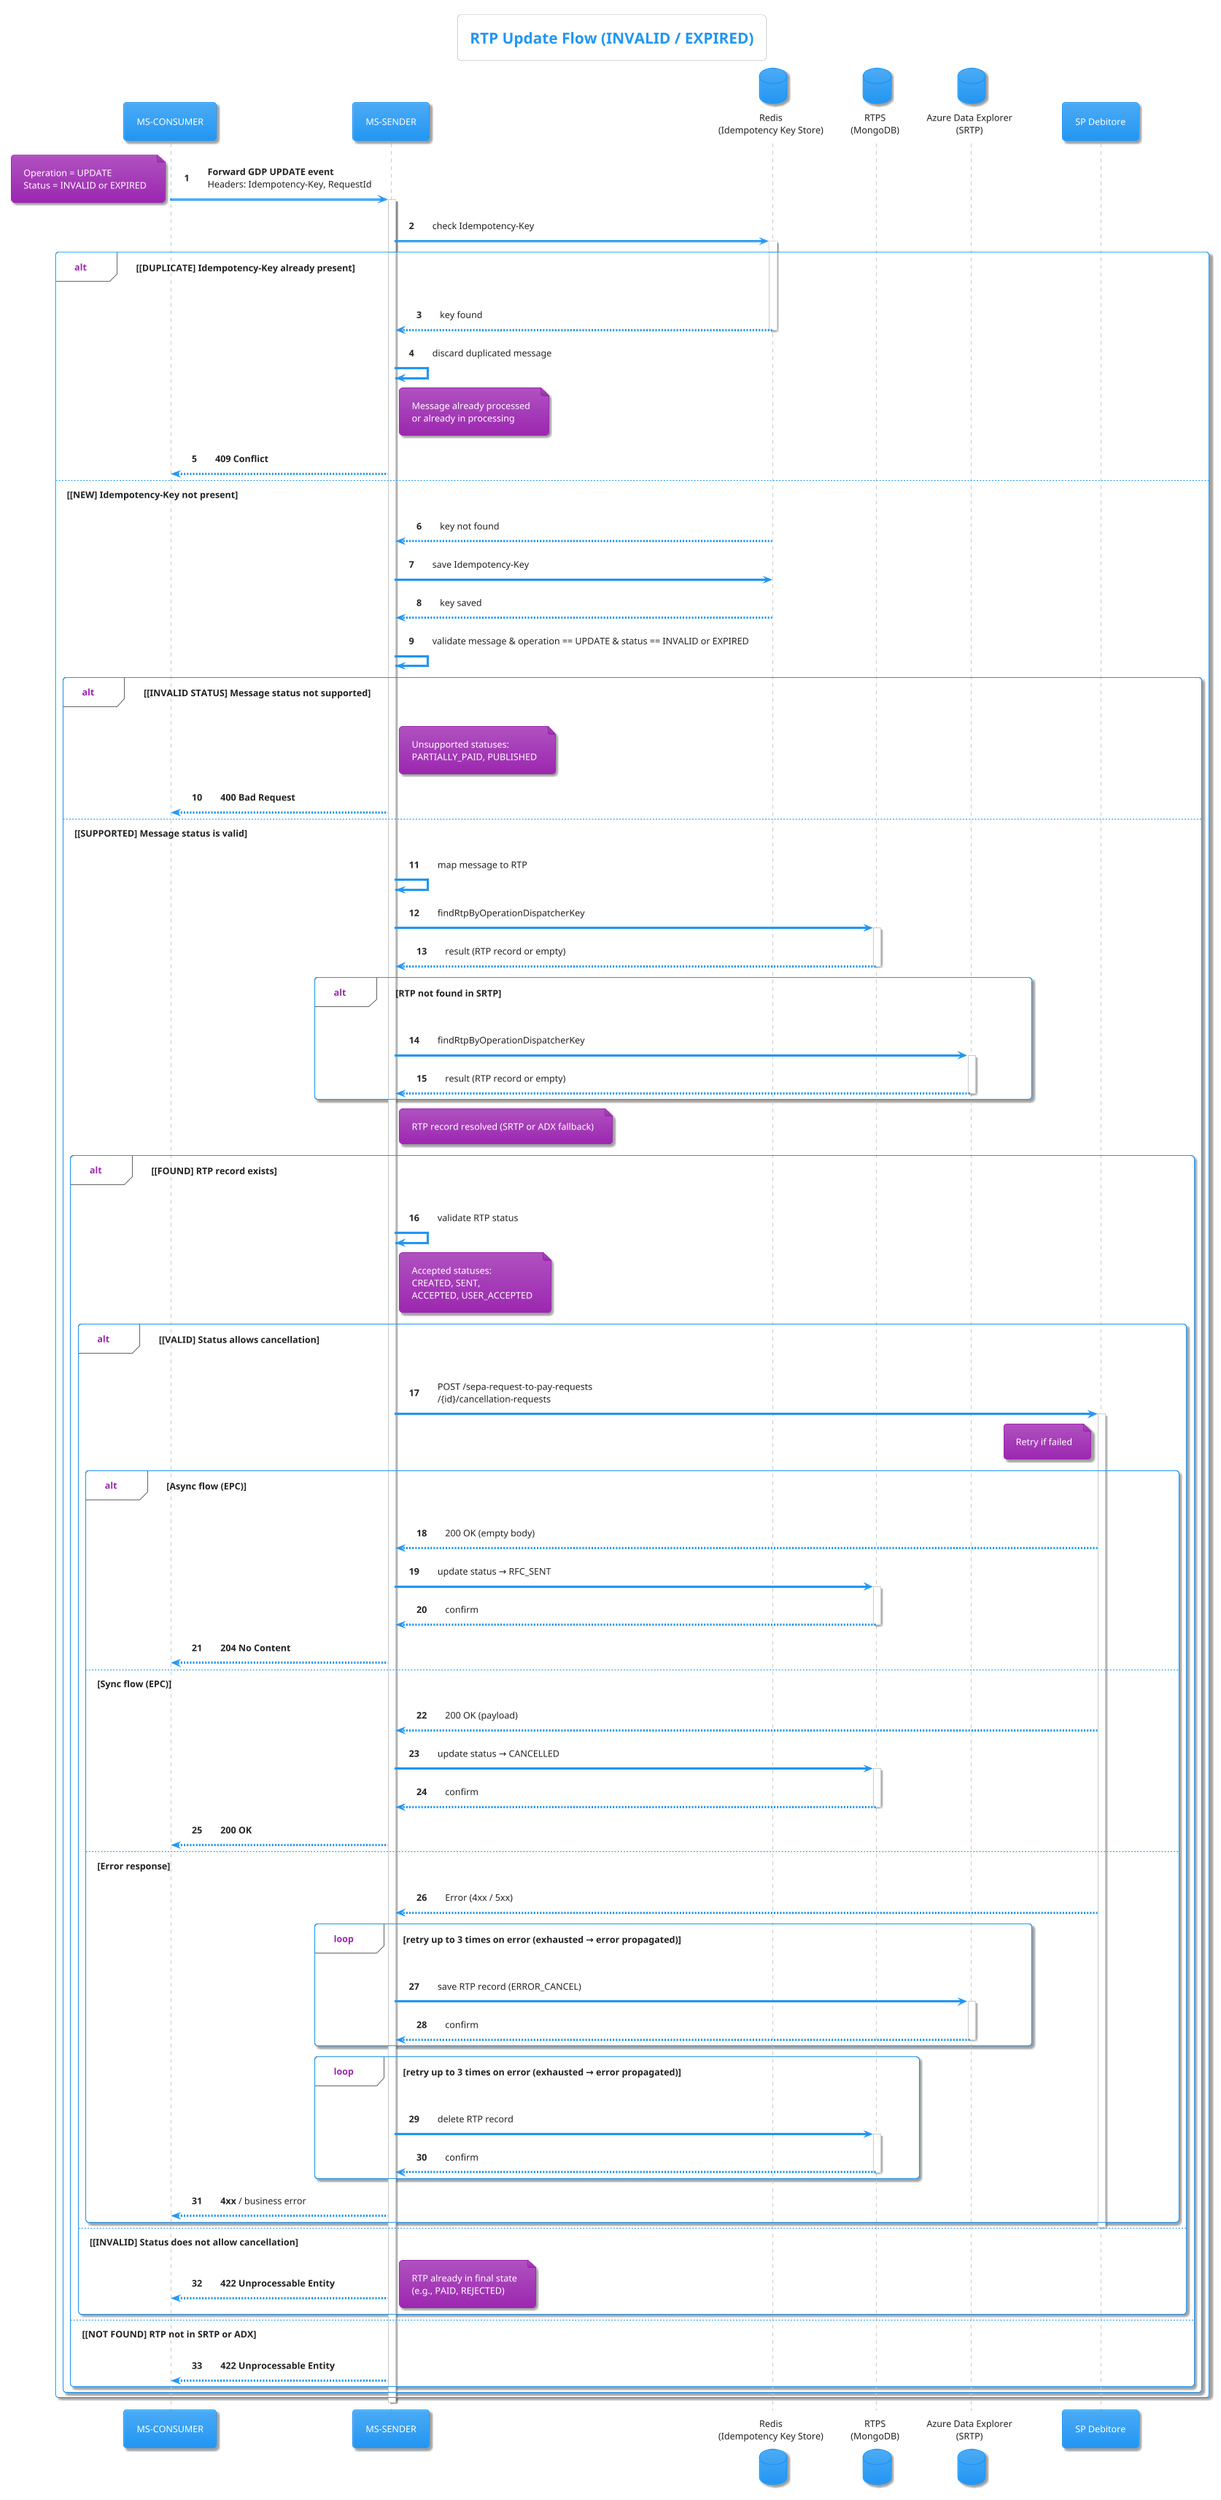
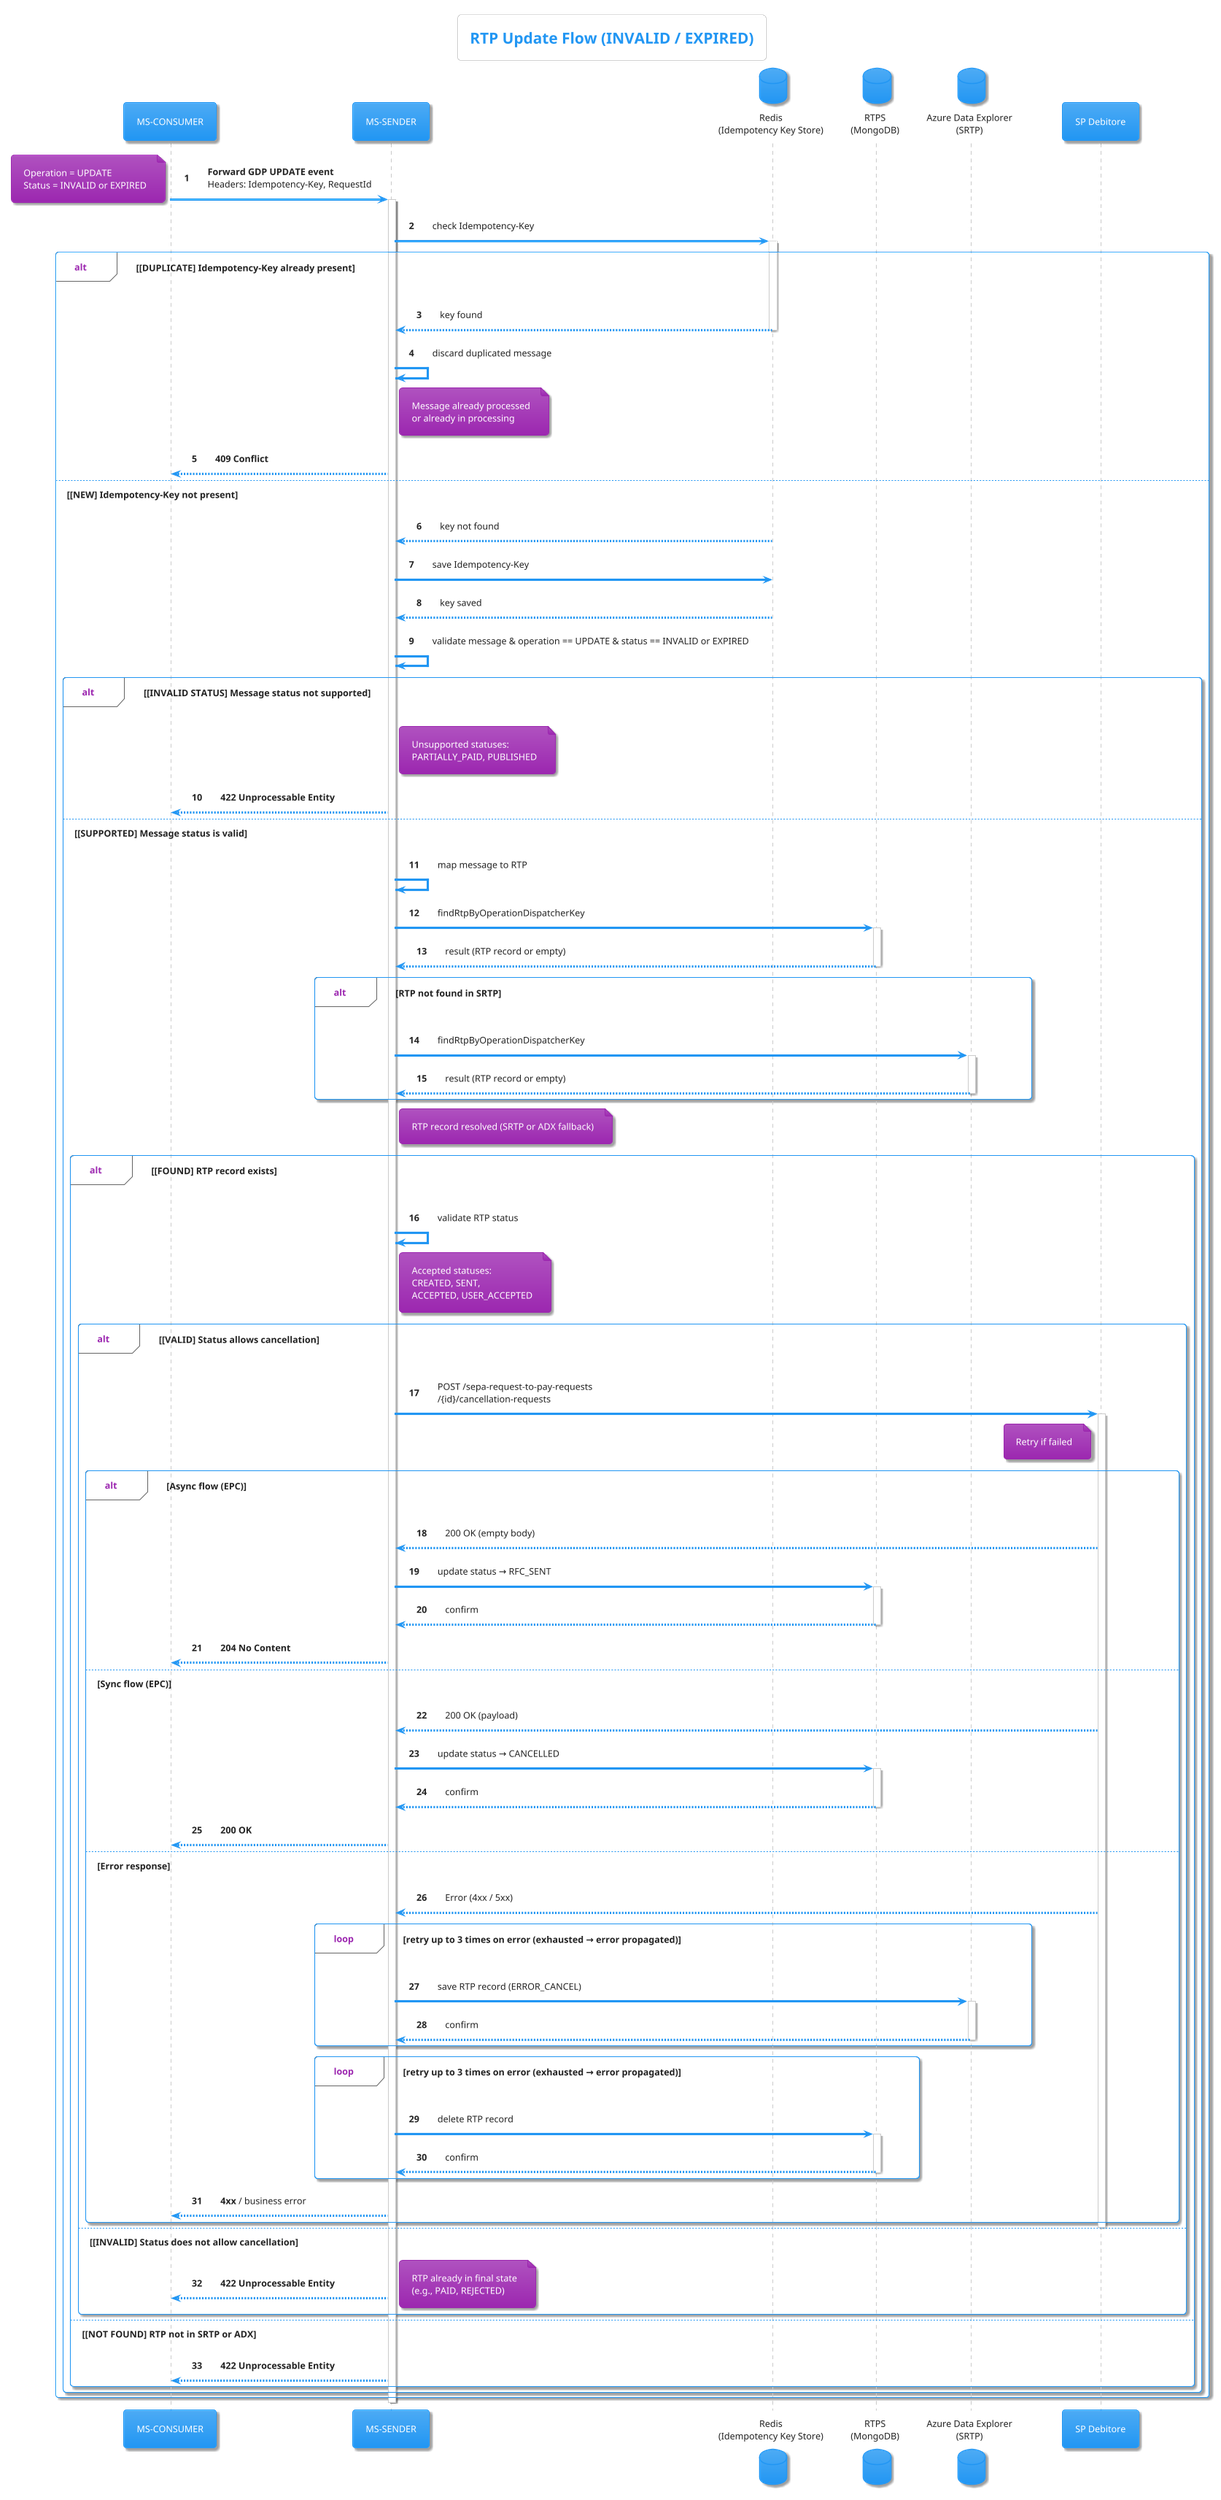
@startuml

!theme materia

title RTP Update Flow (INVALID / EXPIRED)

participant "MS-CONSUMER" as CONSUMER
participant "MS-SENDER" as SENDER
database "Redis\n(Idempotency Key Store)" as REDIS
database "RTPS\n(MongoDB)" as SRTP
database "Azure Data Explorer\n(SRTP)" as ADX
participant "SP Debitore" as SPD

autonumber

CONSUMER -> SENDER: **Forward GDP UPDATE event**\nHeaders: Idempotency-Key, RequestId
note left
  Operation = UPDATE
  Status = INVALID or EXPIRED
end note

activate SENDER

SENDER -> REDIS: check Idempotency-Key
activate REDIS

alt **[DUPLICATE] Idempotency-Key already present**
  REDIS --> SENDER: key found
  deactivate REDIS
  SENDER -> SENDER: discard duplicated message
  note right of SENDER
    Message already processed
    or already in processing
  end note
  SENDER --> CONSUMER: **409 Conflict**

else **[NEW] Idempotency-Key not present**
  REDIS --> SENDER: key not found
  SENDER -> REDIS: save Idempotency-Key
  REDIS --> SENDER: key saved
  deactivate REDIS

  SENDER -> SENDER: validate message & operation == UPDATE & status == INVALID or EXPIRED

  alt **[INVALID STATUS] Message status not supported**
    note right of SENDER
      Unsupported statuses:
      PARTIALLY_PAID, PUBLISHED
    end note
-     SENDER --> CONSUMER: **400 Bad Request**
+     SENDER --> CONSUMER: **422 Unprocessable Entity**

  else **[SUPPORTED] Message status is valid**
    SENDER -> SENDER: map message to RTP

    SENDER -> SRTP: findRtpByOperationDispatcherKey
    activate SRTP
    SRTP --> SENDER: result (RTP record or empty)
    deactivate SRTP

    alt **RTP not found in SRTP**
      SENDER -> ADX: findRtpByOperationDispatcherKey
      activate ADX
      ADX --> SENDER: result (RTP record or empty)
      deactivate ADX
    end
    note right of SENDER: RTP record resolved (SRTP or ADX fallback)

    alt **[FOUND] RTP record exists**

      SENDER -> SENDER: validate RTP status
      note right of SENDER
        Accepted statuses:
        CREATED, SENT,
        ACCEPTED, USER_ACCEPTED
      end note

      alt **[VALID] Status allows cancellation**
        SENDER -> SPD: POST /sepa-request-to-pay-requests\n/{id}/cancellation-requests
        activate SPD
        note left of SPD: Retry if failed

        alt **Async flow (EPC)**
          SPD --> SENDER: 200 OK (empty body)
          SENDER -> SRTP: update status → RFC_SENT
          activate SRTP
          SRTP --> SENDER: confirm
          deactivate SRTP
          SENDER --> CONSUMER: **204 No Content**

        else **Sync flow (EPC)**
          SPD --> SENDER: 200 OK (payload)
          SENDER -> SRTP: update status → CANCELLED
          activate SRTP
          SRTP --> SENDER: confirm
          deactivate SRTP
          SENDER --> CONSUMER: **200 OK**

        else **Error response**
          SPD --> SENDER: Error (4xx / 5xx)
          loop **retry up to 3 times on error (exhausted → error propagated)**
            SENDER -> ADX: save RTP record (ERROR_CANCEL)
            activate ADX
            ADX --> SENDER: confirm
            deactivate ADX
          end
          loop **retry up to 3 times on error (exhausted → error propagated)**
            SENDER -> SRTP: delete RTP record
            activate SRTP
            SRTP --> SENDER: confirm
            deactivate SRTP
          end
          SENDER --> CONSUMER: **4xx** / business error
        end

        deactivate SPD

      else **[INVALID] Status does not allow cancellation**
        SENDER --> CONSUMER: **422 Unprocessable Entity**
        note right: RTP already in final state\n(e.g., PAID, REJECTED)
      end

    else **[NOT FOUND] RTP not in SRTP or ADX**
      SENDER --> CONSUMER: **422 Unprocessable Entity**
    end

  end
end

deactivate SENDER

@enduml